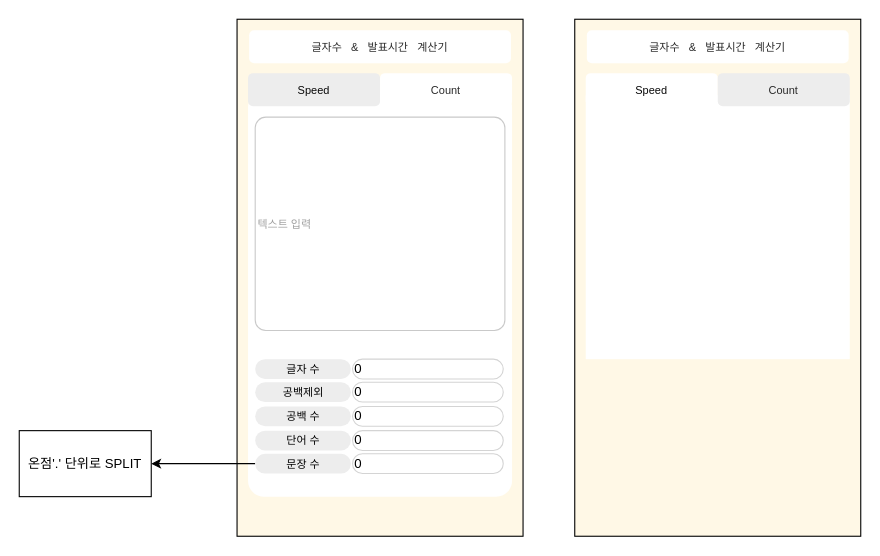
FoggyCaligo/site_TextCounter keeps this draw.io diagram as 설계.drawio. Above is the earlier version. Source tidied: cells renumbered, new cells numbered last; positions are measured from the earlier drawing's top-left corner, leaving out a move shared by most shapes. Both pictures are drawn from the tidied source at 110%, with x=0, y=0 at pixel (19, 19).
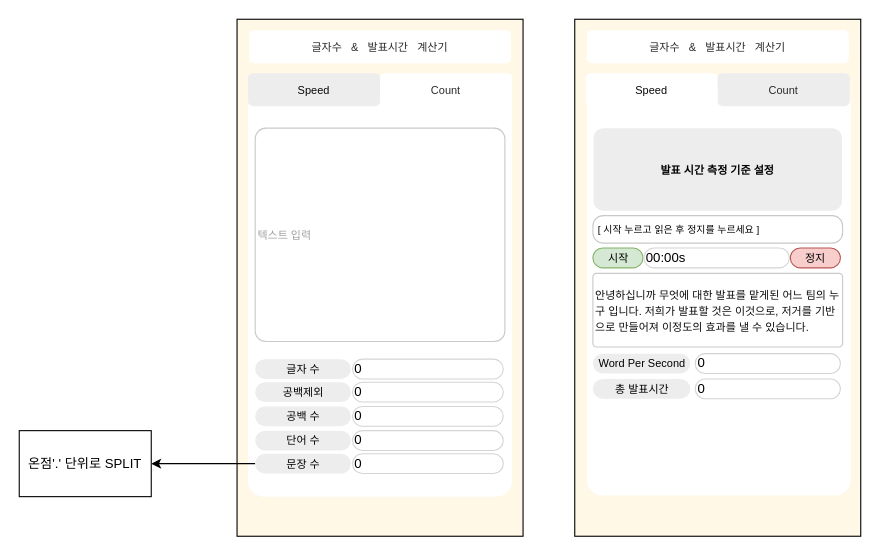
After the change.

Change to the diagram source:
```diff
@@
+    <mxCell id="4" style="rounded=0;whiteSpace=wrap;html=1;fillColor=#FFF8E6;" parent="1" vertex="1">
+      <mxGeometry x="505" width="260" height="470" as="geometry" />
+    </mxCell>
+    <mxCell id="25" style="rounded=1;whiteSpace=wrap;html=1;fillColor=#FFFFFF;strokeColor=none;shadow=0;arcSize=6;" parent="1" vertex="1">
+      <mxGeometry x="516" y="64" width="240" height="369" as="geometry" />
+    </mxCell>
@@
-    <mxCell id="4" style="rounded=0;whiteSpace=wrap;html=1;fillColor=#FFF8E6;" parent="1" vertex="1">
-      <mxGeometry x="505" width="260" height="470" as="geometry" />
-    </mxCell>
-    <mxCell id="5" style="whiteSpace=wrap;html=1;strokeColor=none;" parent="1" vertex="1">
-      <mxGeometry x="515" y="69" width="240" height="240" as="geometry" />
-    </mxCell>
-    <mxCell id="6" value="&lt;font style=&quot;font-size: 10px;&quot; color=&quot;#080808&quot;&gt;Speed&lt;/font&gt;" style="rounded=1;whiteSpace=wrap;html=1;strokeColor=none;" parent="1" vertex="1">
+    <mxCell id="6" value="&lt;font style=&quot;font-size: 10px;&quot; color=&quot;#080808&quot;&gt;Speed&lt;br&gt;&lt;/font&gt;" style="rounded=1;whiteSpace=wrap;html=1;strokeColor=none;" parent="1" vertex="1">
       <mxGeometry x="515" y="49" width="120" height="30" as="geometry" />
     </mxCell>
@@
-    <mxCell id="12" value="&lt;font style=&quot;font-size: 10px;&quot; color=&quot;#a1a1a1&quot;&gt;텍스트 입력&lt;/font&gt;" style="rounded=1;whiteSpace=wrap;html=1;arcSize=5;strokeColor=#C9C9C9;align=left;" parent="1" vertex="1">
-      <mxGeometry x="214.5" y="89" width="227" height="194" as="geometry" />
+    <mxCell id="12" value="&lt;span style=&quot;font-size: 10px;&quot;&gt;&lt;font color=&quot;#0d0d0d&quot;&gt;안녕하십니까 무엇에 대한 발표를 맡게된 어느 팀의 누구 입니다. 저희가 발표할 것은 이것으로, 저거를 기반으로 만들어져 이정도의 효과를 낼 수 있습니다.&lt;/font&gt;&lt;/span&gt;" style="rounded=1;whiteSpace=wrap;html=1;arcSize=5;strokeColor=#C9C9C9;align=left;" parent="1" vertex="1">
+      <mxGeometry x="521.5" y="231" width="227" height="67" as="geometry" />
     </mxCell>
@@
+    <mxCell id="26" value="&lt;font style=&quot;font-size: 10px;&quot; color=&quot;#a1a1a1&quot;&gt;텍스트 입력&lt;/font&gt;" style="rounded=1;whiteSpace=wrap;html=1;arcSize=5;strokeColor=#C9C9C9;align=left;" parent="1" vertex="1">
+      <mxGeometry x="214.5" y="99" width="227" height="194" as="geometry" />
+    </mxCell>
+    <mxCell id="27" value="&lt;font style=&quot;font-size: 10px;&quot;&gt;시작&lt;/font&gt;" style="rounded=1;whiteSpace=wrap;html=1;arcSize=50;fillColor=#d5e8d4;strokeColor=#82b366;" parent="1" vertex="1">
+      <mxGeometry x="521.5" y="208" width="45.5" height="18" as="geometry" />
+    </mxCell>
+    <mxCell id="28" value="00:00s" style="rounded=1;whiteSpace=wrap;html=1;arcSize=50;strokeColor=#D4D4D4;align=left;" parent="1" vertex="1">
+      <mxGeometry x="568" y="208" width="132" height="18" as="geometry" />
+    </mxCell>
+    <mxCell id="29" value="&lt;span style=&quot;font-size: 10px;&quot;&gt;정지&lt;/span&gt;" style="rounded=1;whiteSpace=wrap;html=1;arcSize=50;fillColor=#f8cecc;strokeColor=#b85450;" parent="1" vertex="1">
+      <mxGeometry x="701" y="208" width="45.5" height="18" as="geometry" />
+    </mxCell>
+    <mxCell id="30" value="&lt;span style=&quot;font-size: 10px;&quot;&gt;Word Per Second&lt;/span&gt;" style="rounded=1;whiteSpace=wrap;html=1;arcSize=50;fillColor=#EDEDED;strokeColor=none;" parent="1" vertex="1">
+      <mxGeometry x="521.5" y="304" width="88.5" height="18" as="geometry" />
+    </mxCell>
+    <mxCell id="31" value="0" style="rounded=1;whiteSpace=wrap;html=1;arcSize=50;strokeColor=#D4D4D4;align=left;" parent="1" vertex="1">
+      <mxGeometry x="614.5" y="304" width="132" height="18" as="geometry" />
+    </mxCell>
+    <mxCell id="32" value="&lt;span style=&quot;font-size: 10px;&quot;&gt;총 발표시간&lt;/span&gt;" style="rounded=1;whiteSpace=wrap;html=1;arcSize=50;fillColor=#EDEDED;strokeColor=none;" parent="1" vertex="1">
+      <mxGeometry x="521.5" y="327" width="88.5" height="18" as="geometry" />
+    </mxCell>
+    <mxCell id="33" value="0" style="rounded=1;whiteSpace=wrap;html=1;arcSize=50;strokeColor=#D4D4D4;align=left;" parent="1" vertex="1">
+      <mxGeometry x="614.5" y="327" width="132" height="18" as="geometry" />
+    </mxCell>
+    <mxCell id="34" value="&lt;span style=&quot;font-size: 10px;&quot;&gt;&lt;b&gt;발표 시간 측정 기준 설정&lt;/b&gt;&lt;/span&gt;" style="rounded=1;whiteSpace=wrap;html=1;arcSize=12;fillColor=#EDEDED;strokeColor=none;" parent="1" vertex="1">
+      <mxGeometry x="522" y="99" width="226" height="75" as="geometry" />
+    </mxCell>
+    <mxCell id="35" value="&lt;font style=&quot;font-size: 9px;&quot;&gt;&amp;nbsp;[ 시작 누르고 읽은 후 정지를 누르세요 ]&lt;/font&gt;" style="rounded=1;whiteSpace=wrap;html=1;arcSize=38;strokeColor=#C9C9C9;align=left;" parent="1" vertex="1">
+      <mxGeometry x="521.5" y="178.5" width="227" height="25" as="geometry" />
+    </mxCell>
```
